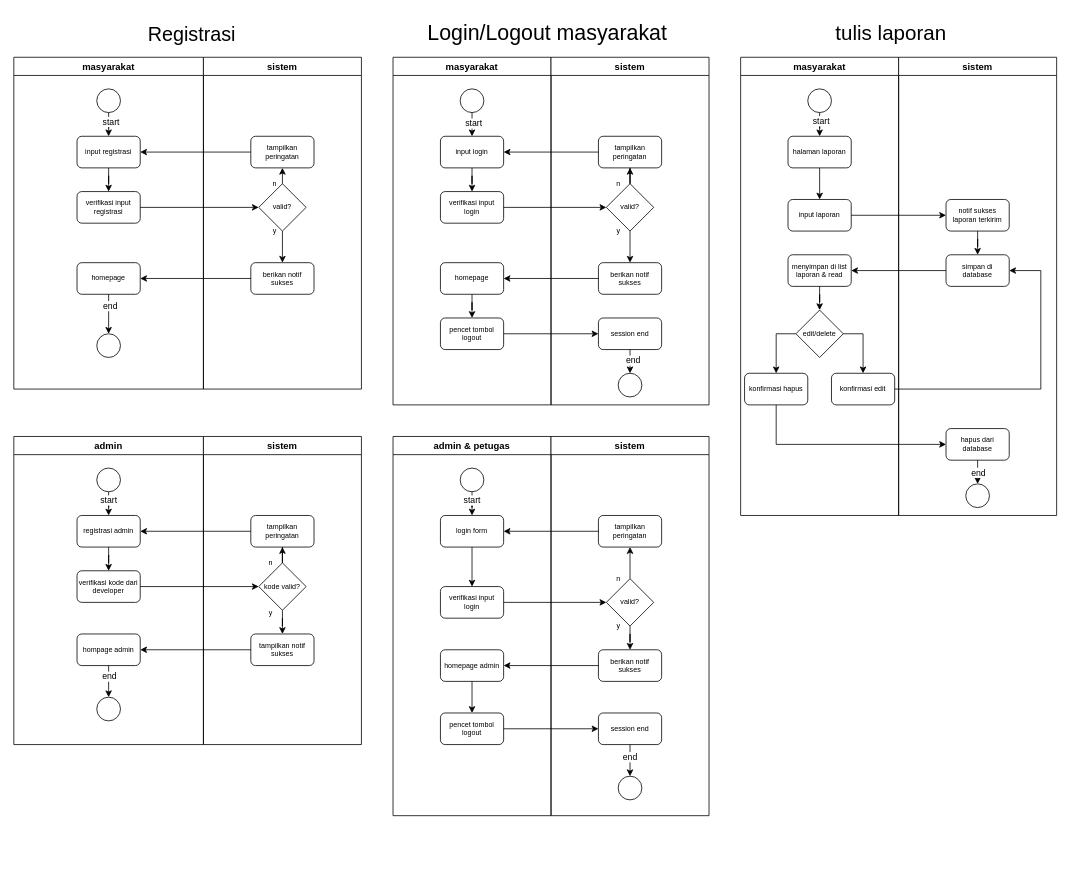
Before: activity diagram(revision).drawio in Mahklvk/laporanMasyarakatPreparation, a draw.io diagram. Source tidied: cells renumbered, new cells numbered last; positions are measured from the earlier drawing's top-left corner, leaving out a move shared by most shapes. Both pictures are drawn from the tidied source at 79%, with x=0, y=0 at pixel (13, 13).
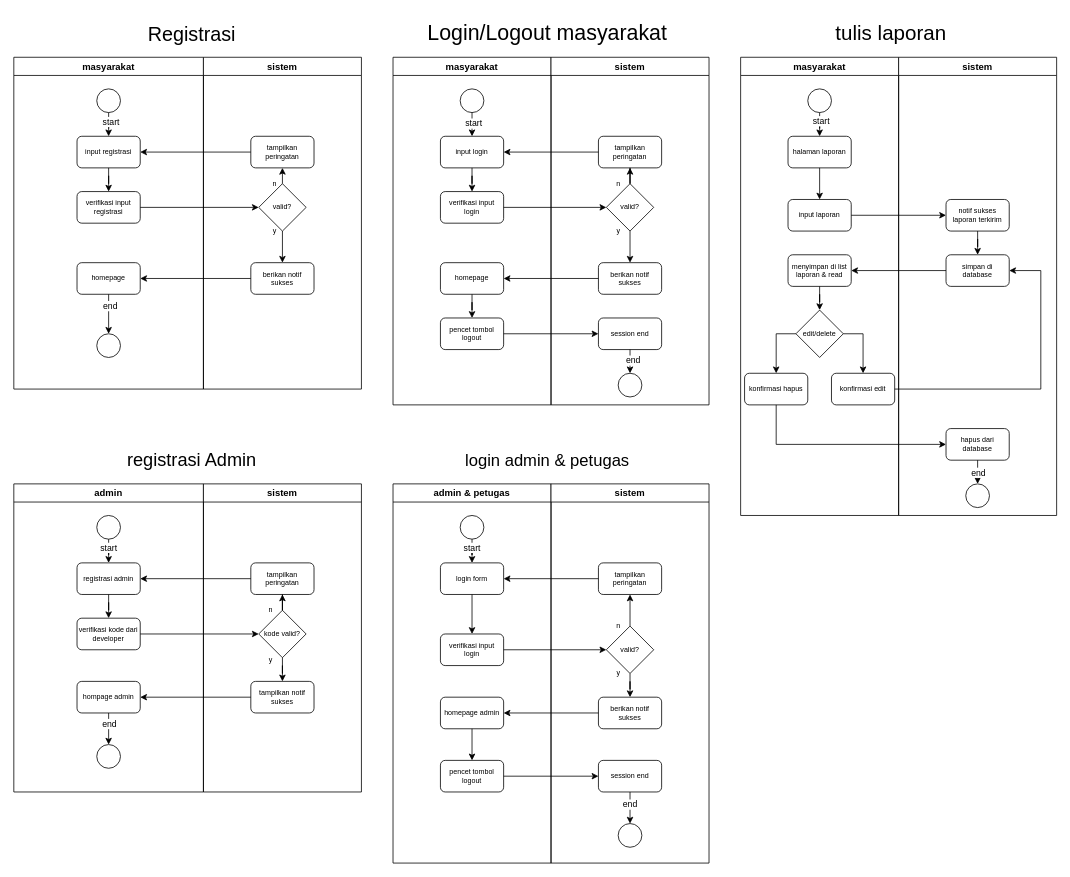
The same diagram, later.

Change to the diagram source:
```diff
@@
     <mxCell id="77" value="admin" style="swimlane;whiteSpace=wrap;html=1;" parent="1" vertex="1">
-      <mxGeometry y="535" width="240" height="390" as="geometry" />
+      <mxGeometry y="595" width="240" height="390" as="geometry" />
     </mxCell>
@@
     <mxCell id="88" value="sistem" style="swimlane;whiteSpace=wrap;html=1;" parent="1" vertex="1">
-      <mxGeometry x="240" y="535" width="200" height="390" as="geometry" />
+      <mxGeometry x="240" y="595" width="200" height="390" as="geometry" />
     </mxCell>
@@
     <mxCell id="100" value="admin &amp;amp; petugas" style="swimlane;whiteSpace=wrap;html=1;" parent="1" vertex="1">
-      <mxGeometry x="480" y="535" width="200" height="480" as="geometry" />
+      <mxGeometry x="480" y="595" width="200" height="480" as="geometry" />
     </mxCell>
@@
     <mxCell id="110" value="sistem" style="swimlane;whiteSpace=wrap;html=1;" parent="1" vertex="1">
-      <mxGeometry x="680" y="535" width="200" height="480" as="geometry" />
+      <mxGeometry x="680" y="595" width="200" height="480" as="geometry" />
     </mxCell>
@@
+    <mxCell id="129" value="registrasi Admin" style="text;html=1;align=center;verticalAlign=middle;strokeColor=none;fillColor=none;fontSize=23;" parent="1" vertex="1">
+      <mxGeometry x="130" y="545" width="190" height="40" as="geometry" />
+    </mxCell>
+    <mxCell id="130" value="login admin &amp;amp; petugas" style="text;html=1;align=center;verticalAlign=middle;strokeColor=none;fillColor=none;fontSize=21;" parent="1" vertex="1">
+      <mxGeometry x="560" y="545" width="230" height="40" as="geometry" />
+    </mxCell>
```
